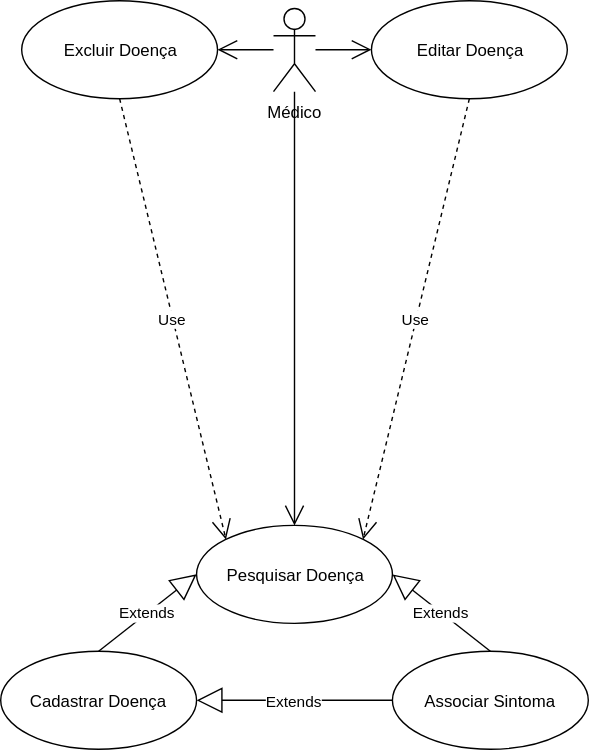
Earlier version of the draw.io export doc/casosDeUso/pesquisarDoença.svg (Judahh/pocketDoc). Source tidied: cells renumbered, new cells last; positions are measured from the earlier drawing's top-left corner, leaving out a move shared by most shapes. The source it was exported from:
```xml
<mxGraphModel>
  <root>
    <mxCell id="0" />
    <mxCell id="1" parent="0" />
    <mxCell id="2" value="Médico" style="shape=umlActor;verticalLabelPosition=bottom;labelBackgroundColor=#ffffff;verticalAlign=top;html=1;" parent="1" vertex="1">
      <mxGeometry x="195" y="5" width="30" height="60" as="geometry" />
    </mxCell>
    <mxCell id="3" value="Excluir Doença" style="ellipse;whiteSpace=wrap;html=1;" parent="1" vertex="1">
      <mxGeometry x="15" width="140" height="70" as="geometry" />
    </mxCell>
    <mxCell id="4" value="Editar Doença" style="ellipse;whiteSpace=wrap;html=1;" parent="1" vertex="1">
      <mxGeometry x="265" width="140" height="70" as="geometry" />
    </mxCell>
    <mxCell id="5" value="Pesquisar Doença" style="ellipse;whiteSpace=wrap;html=1;" parent="1" vertex="1">
      <mxGeometry x="140" y="375" width="140" height="70" as="geometry" />
    </mxCell>
    <mxCell id="6" style="endArrow=open;endFill=1;endSize=12;html=1;entryX=0;entryY=0.5;" parent="1" edge="1" target="4">
      <mxGeometry relative="1" as="geometry">
        <mxPoint x="225" y="35" as="sourcePoint" />
      </mxGeometry>
    </mxCell>
    <mxCell id="7" value="Associar Sintoma" style="ellipse;whiteSpace=wrap;html=1;" parent="1" vertex="1">
      <mxGeometry x="280" y="465" width="140" height="70" as="geometry" />
    </mxCell>
    <mxCell id="8" value="Cadastrar Doença" style="ellipse;whiteSpace=wrap;html=1;" parent="1" vertex="1">
      <mxGeometry y="465" width="140" height="70" as="geometry" />
    </mxCell>
    <mxCell id="9" value="Extends" style="endArrow=block;endSize=16;endFill=0;html=1;entryX=1;entryY=0.5;exitX=0.5;exitY=0;" parent="1" edge="1" source="7" target="5">
      <mxGeometry relative="1" as="geometry" />
    </mxCell>
    <mxCell id="10" value="Extends" style="endArrow=block;endSize=16;endFill=0;html=1;entryX=1;entryY=0.5;exitX=0;exitY=0.5;" parent="1" edge="1" source="7" target="8">
      <mxGeometry relative="1" as="geometry" />
    </mxCell>
    <mxCell id="11" value="Extends" style="endArrow=block;endSize=16;endFill=0;html=1;entryX=0;entryY=0.5;exitX=0.5;exitY=0;" parent="1" edge="1" source="8" target="5">
      <mxGeometry relative="1" as="geometry" />
    </mxCell>
    <mxCell id="12" value="Use" style="endArrow=open;endSize=12;dashed=1;html=1;exitX=0.5;exitY=1;entryX=1;entryY=0;" parent="1" edge="1" source="4" target="5">
      <mxGeometry relative="1" as="geometry" />
    </mxCell>
    <mxCell id="13" value="Use" style="endArrow=open;endSize=12;dashed=1;html=1;entryX=0;entryY=0;exitX=0.5;exitY=1;" parent="1" edge="1" source="3" target="5">
      <mxGeometry relative="1" as="geometry" />
    </mxCell>
    <mxCell id="14" style="endArrow=open;endFill=1;endSize=12;html=1;entryX=1;entryY=0.5;" parent="1" edge="1" target="3">
      <mxGeometry relative="1" as="geometry">
        <mxPoint x="195" y="35" as="sourcePoint" />
      </mxGeometry>
    </mxCell>
    <mxCell id="15" style="endArrow=open;endFill=1;endSize=12;html=1;entryX=0.5;entryY=0;" parent="1" edge="1" target="5">
      <mxGeometry relative="1" as="geometry">
        <mxPoint x="210" y="65" as="sourcePoint" />
      </mxGeometry>
    </mxCell>
  </root>
</mxGraphModel>
```
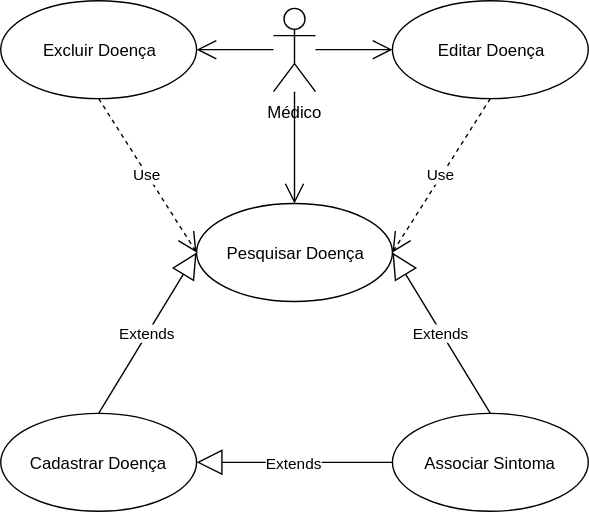
The same diagram one commit later.

The edit, as a diff of the source:
```diff
@@ -6,13 +6,13 @@
       <mxGeometry x="195" y="5" width="30" height="60" as="geometry" />
     </mxCell>
     <mxCell id="3" value="Excluir Doença" style="ellipse;whiteSpace=wrap;html=1;" parent="1" vertex="1">
-      <mxGeometry x="15" width="140" height="70" as="geometry" />
+      <mxGeometry width="140" height="70" as="geometry" />
     </mxCell>
     <mxCell id="4" value="Editar Doença" style="ellipse;whiteSpace=wrap;html=1;" parent="1" vertex="1">
-      <mxGeometry x="265" width="140" height="70" as="geometry" />
+      <mxGeometry x="280" width="140" height="70" as="geometry" />
     </mxCell>
     <mxCell id="5" value="Pesquisar Doença" style="ellipse;whiteSpace=wrap;html=1;" parent="1" vertex="1">
-      <mxGeometry x="140" y="375" width="140" height="70" as="geometry" />
+      <mxGeometry x="140" y="145" width="140" height="70" as="geometry" />
     </mxCell>
     <mxCell id="6" style="endArrow=open;endFill=1;endSize=12;html=1;entryX=0;entryY=0.5;" parent="1" edge="1" target="4">
       <mxGeometry relative="1" as="geometry">
@@ -20,10 +20,10 @@
       </mxGeometry>
     </mxCell>
     <mxCell id="7" value="Associar Sintoma" style="ellipse;whiteSpace=wrap;html=1;" parent="1" vertex="1">
-      <mxGeometry x="280" y="465" width="140" height="70" as="geometry" />
+      <mxGeometry x="280" y="295" width="140" height="70" as="geometry" />
     </mxCell>
     <mxCell id="8" value="Cadastrar Doença" style="ellipse;whiteSpace=wrap;html=1;" parent="1" vertex="1">
-      <mxGeometry y="465" width="140" height="70" as="geometry" />
+      <mxGeometry y="295" width="140" height="70" as="geometry" />
     </mxCell>
     <mxCell id="9" value="Extends" style="endArrow=block;endSize=16;endFill=0;html=1;entryX=1;entryY=0.5;exitX=0.5;exitY=0;" parent="1" edge="1" source="7" target="5">
       <mxGeometry relative="1" as="geometry" />
@@ -34,10 +34,10 @@
     <mxCell id="11" value="Extends" style="endArrow=block;endSize=16;endFill=0;html=1;entryX=0;entryY=0.5;exitX=0.5;exitY=0;" parent="1" edge="1" source="8" target="5">
       <mxGeometry relative="1" as="geometry" />
     </mxCell>
-    <mxCell id="12" value="Use" style="endArrow=open;endSize=12;dashed=1;html=1;exitX=0.5;exitY=1;entryX=1;entryY=0;" parent="1" edge="1" source="4" target="5">
+    <mxCell id="12" value="Use" style="endArrow=open;endSize=12;dashed=1;html=1;exitX=0.5;exitY=1;entryX=1;entryY=0.5;" parent="1" edge="1" source="4" target="5">
       <mxGeometry relative="1" as="geometry" />
     </mxCell>
-    <mxCell id="13" value="Use" style="endArrow=open;endSize=12;dashed=1;html=1;entryX=0;entryY=0;exitX=0.5;exitY=1;" parent="1" edge="1" source="3" target="5">
+    <mxCell id="13" value="Use" style="endArrow=open;endSize=12;dashed=1;html=1;entryX=0;entryY=0.5;exitX=0.5;exitY=1;" parent="1" edge="1" source="3" target="5">
       <mxGeometry relative="1" as="geometry" />
     </mxCell>
     <mxCell id="14" style="endArrow=open;endFill=1;endSize=12;html=1;entryX=1;entryY=0.5;" parent="1" edge="1" target="3">
```
